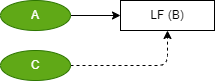
This is Language/png/IF2.dio.png from DualsoftDev/ds, a draw.io export, as it was before one commit. Source tidied: cells renumbered, new cells last; positions are measured from the earlier drawing's top-left corner, leaving out a move shared by most shapes.
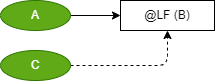
After the commit.

Diff of the diagram source:
```diff
@@ -11,7 +11,7 @@
     <mxCell id="4" value="C" style="ellipse;whiteSpace=wrap;html=1;fillColor=#60a917;fontColor=#ffffff;strokeColor=#2D7600;" parent="1" vertex="1">
       <mxGeometry y="50" width="70" height="30" as="geometry" />
     </mxCell>
-    <mxCell id="5" value="LF (B)" style="rounded=0;whiteSpace=wrap;html=1;" parent="1" vertex="1">
+    <mxCell id="5" value="@LF (B)" style="rounded=0;whiteSpace=wrap;html=1;" parent="1" vertex="1">
       <mxGeometry x="120" width="94" height="30" as="geometry" />
     </mxCell>
     <mxCell id="6" value="A" style="ellipse;whiteSpace=wrap;html=1;fillColor=#60a917;fontColor=#ffffff;strokeColor=#2D7600;" parent="1" vertex="1">
```
